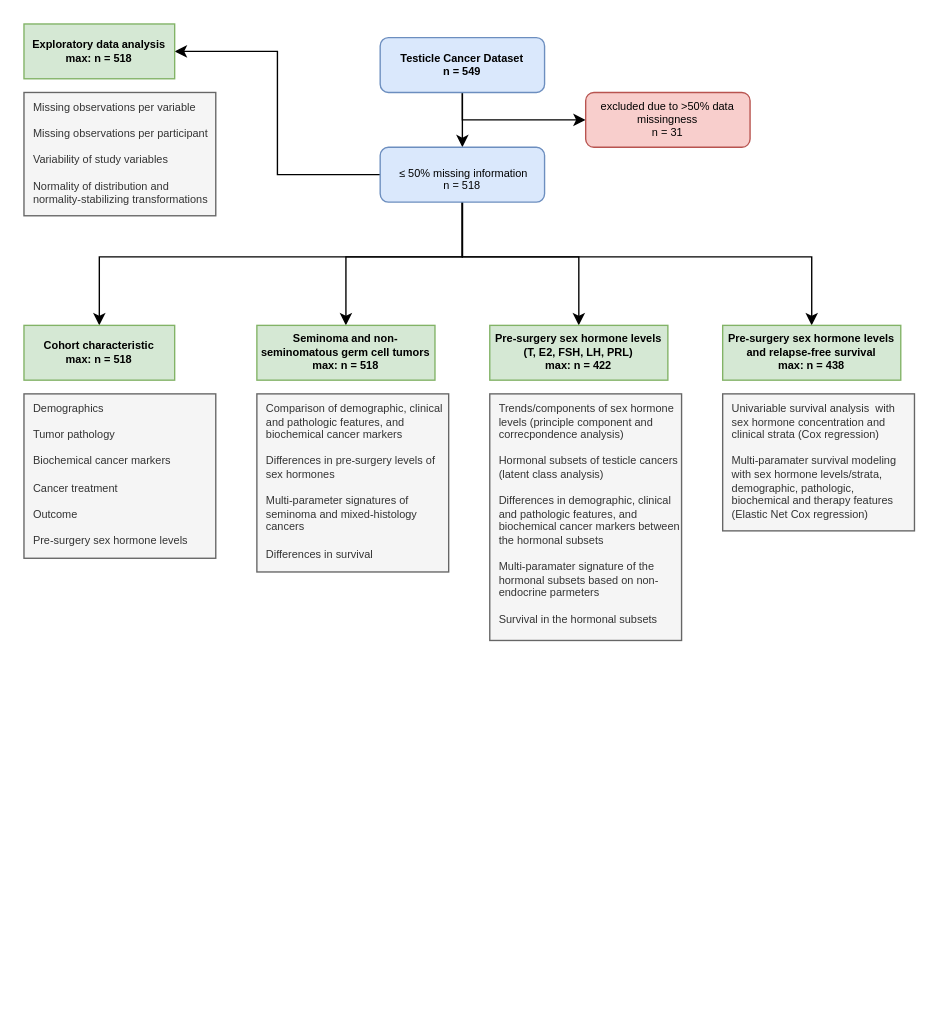
Before: schemes/inclusion.drawio in PiotrTymoszuk/TesCa_hormones, a draw.io diagram. Source tidied: cells renumbered, new cells numbered last; positions are measured from the earlier drawing's top-left corner, leaving out a move shared by most shapes. Both pictures are drawn from the tidied source at 137%, with x=0, y=0 at pixel (23, 23).
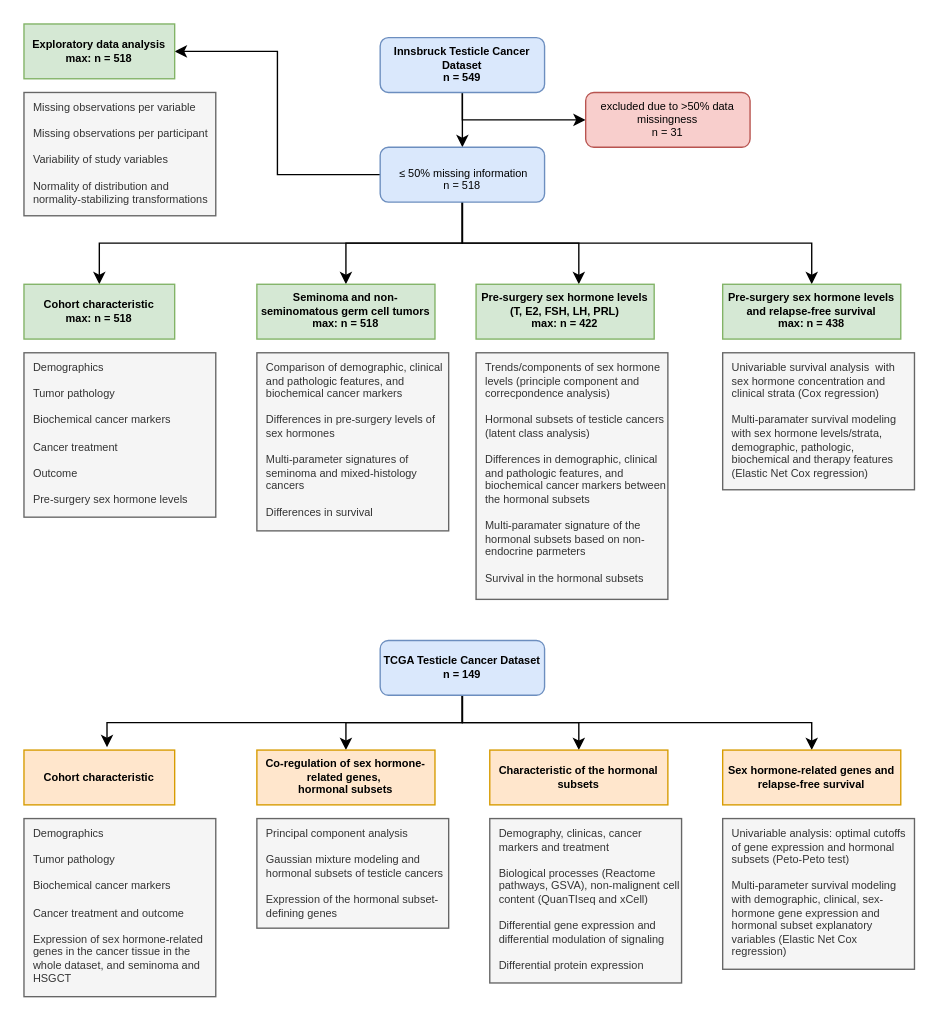
Above is the later version.

The change refers to these unchanged cells:
```xml
<mxCell id="10" value="&lt;p style=&quot;margin-bottom: 0in; line-height: 100%&quot;&gt;&amp;nbsp;≤ 50% missing information&lt;/p&gt;n = 518" style="rounded=1;whiteSpace=wrap;html=1;fontSize=8;fillColor=#dae8fc;strokeColor=#6c8ebf;" parent="1" vertex="1">
  <mxGeometry x="260" y="90" width="120" height="40" as="geometry" />
</mxCell>
<mxCell id="16" value="Cohort characteristic&lt;br style=&quot;font-size: 8px;&quot;&gt;max: n = 518" style="rounded=0;whiteSpace=wrap;html=1;fontStyle=1;fontSize=8;fillColor=#d5e8d4;strokeColor=#82b366;" parent="15" vertex="1">
  <mxGeometry width="110" height="40" as="geometry" />
</mxCell>
<mxCell id="19" value="Seminoma and&amp;nbsp;non-seminomatous germ cell tumors&lt;br&gt;max: n = 518" style="rounded=0;whiteSpace=wrap;html=1;fontStyle=1;fontSize=8;fillColor=#d5e8d4;strokeColor=#82b366;" parent="18" vertex="1">
  <mxGeometry width="130" height="40" as="geometry" />
</mxCell>
<mxCell id="22" value="Pre-surgery sex hormone levels&lt;br&gt;(T, E2, FSH, LH, PRL)&lt;br&gt;max: n = 422" style="rounded=0;whiteSpace=wrap;html=1;fontStyle=1;fontSize=8;fillColor=#d5e8d4;strokeColor=#82b366;" parent="21" vertex="1">
  <mxGeometry y="50" width="130" height="40" as="geometry" />
</mxCell>
<mxCell id="25" value="Pre-surgery sex hormone levels and relapse-free survival&lt;br&gt;max: n = 438" style="rounded=0;whiteSpace=wrap;html=1;fontStyle=1;fontSize=8;fillColor=#d5e8d4;strokeColor=#82b366;" parent="24" vertex="1">
  <mxGeometry width="130" height="40" as="geometry" />
</mxCell>
```

Diff of the diagram source:
```diff
@@
-    <mxCell id="4" value="Testicle Cancer Dataset&lt;br style=&quot;font-size: 8px;&quot;&gt;n = 549" style="rounded=1;whiteSpace=wrap;html=1;fontStyle=1;fontSize=8;fillColor=#dae8fc;strokeColor=#6c8ebf;" parent="1" vertex="1">
+    <mxCell id="4" value="Innsbruck Testicle Cancer Dataset&lt;br style=&quot;font-size: 8px;&quot;&gt;n = 549" style="rounded=1;whiteSpace=wrap;html=1;fontStyle=1;fontSize=8;fillColor=#dae8fc;strokeColor=#6c8ebf;" parent="1" vertex="1">
       <mxGeometry x="260" y="10" width="120" height="40" as="geometry" />
     </mxCell>
     <mxCell id="5" style="edgeStyle=orthogonalEdgeStyle;rounded=0;jettySize=auto;html=1;exitX=0.5;exitY=1;exitDx=0;exitDy=0;entryX=0.5;entryY=0;entryDx=0;entryDy=0;fontSize=8;" parent="1" edge="1" source="10" target="19">
       <mxGeometry relative="1" as="geometry">
         <Array as="points">
-          <mxPoint x="320" y="170" />
-          <mxPoint x="235" y="170" />
+          <mxPoint x="320" y="160" />
+          <mxPoint x="235" y="160" />
         </Array>
       </mxGeometry>
     </mxCell>
     <mxCell id="6" style="edgeStyle=orthogonalEdgeStyle;rounded=0;jettySize=auto;html=1;fontSize=8;" parent="1" edge="1" source="10" target="22">
       <mxGeometry relative="1" as="geometry">
         <Array as="points">
-          <mxPoint x="320" y="170" />
-          <mxPoint x="405" y="170" />
+          <mxPoint x="320" y="160" />
+          <mxPoint x="405" y="160" />
         </Array>
       </mxGeometry>
     </mxCell>
     <mxCell id="7" style="edgeStyle=orthogonalEdgeStyle;rounded=0;jettySize=auto;html=1;fontSize=8;" parent="1" edge="1" source="10" target="25">
       <mxGeometry relative="1" as="geometry">
         <Array as="points">
-          <mxPoint x="320" y="170" />
-          <mxPoint x="575" y="170" />
+          <mxPoint x="320" y="160" />
+          <mxPoint x="575" y="160" />
         </Array>
       </mxGeometry>
     </mxCell>
     <mxCell id="8" style="edgeStyle=orthogonalEdgeStyle;rounded=0;jettySize=auto;html=1;fontSize=8;" parent="1" edge="1" source="10" target="16">
       <mxGeometry relative="1" as="geometry">
         <Array as="points">
-          <mxPoint x="320" y="170" />
-          <mxPoint x="55" y="170" />
+          <mxPoint x="320" y="160" />
+          <mxPoint x="55" y="160" />
         </Array>
       </mxGeometry>
     </mxCell>
@@
     <mxCell id="15" style="group;" parent="1" vertex="1">
-      <mxGeometry y="220" width="140" height="170" as="geometry" />
+      <mxGeometry y="190" width="140" height="170" as="geometry" />
     </mxCell>
@@
     <mxCell id="18" style="group;" parent="1" vertex="1">
-      <mxGeometry x="170" y="220" width="140" height="180" as="geometry" />
+      <mxGeometry x="170" y="190" width="140" height="180" as="geometry" />
     </mxCell>
@@
     <mxCell id="21" style="group;" parent="1" vertex="1">
-      <mxGeometry x="340" y="170" width="140" height="280" as="geometry" />
+      <mxGeometry x="330" y="140" width="140" height="280" as="geometry" />
     </mxCell>
@@
     <mxCell id="24" style="group;" parent="1" vertex="1">
-      <mxGeometry x="510" y="220" width="140" height="180" as="geometry" />
+      <mxGeometry x="510" y="190" width="140" height="180" as="geometry" />
     </mxCell>
@@
+    <mxCell id="27" style="edgeStyle=orthogonalEdgeStyle;rounded=0;jettySize=auto;html=1;exitX=0.5;exitY=1;exitDx=0;exitDy=0;entryX=0.551;entryY=-0.051;entryDx=0;entryDy=0;entryPerimeter=0;" parent="1" edge="1" source="31" target="33">
+      <mxGeometry relative="1" as="geometry" />
+    </mxCell>
+    <mxCell id="28" style="edgeStyle=orthogonalEdgeStyle;rounded=0;jettySize=auto;html=1;entryX=0.5;entryY=0;entryDx=0;entryDy=0;" parent="1" edge="1" source="31" target="42">
+      <mxGeometry relative="1" as="geometry">
+        <Array as="points">
+          <mxPoint x="320" y="510" />
+          <mxPoint x="575" y="510" />
+        </Array>
+      </mxGeometry>
+    </mxCell>
+    <mxCell id="29" style="edgeStyle=orthogonalEdgeStyle;rounded=0;jettySize=auto;html=1;entryX=0.5;entryY=0;entryDx=0;entryDy=0;" parent="1" edge="1" source="31" target="36">
+      <mxGeometry relative="1" as="geometry" />
+    </mxCell>
+    <mxCell id="30" style="edgeStyle=orthogonalEdgeStyle;rounded=0;jettySize=auto;html=1;exitX=0.5;exitY=1;exitDx=0;exitDy=0;" parent="1" edge="1" source="31" target="39">
+      <mxGeometry relative="1" as="geometry" />
+    </mxCell>
+    <mxCell id="31" value="TCGA Testicle Cancer Dataset&lt;br style=&quot;font-size: 8px;&quot;&gt;n = 149" style="rounded=1;whiteSpace=wrap;html=1;fontStyle=1;fontSize=8;fillColor=#dae8fc;strokeColor=#6c8ebf;" parent="1" vertex="1">
+      <mxGeometry x="260" y="450" width="120" height="40" as="geometry" />
+    </mxCell>
+    <mxCell id="32" style="group;" parent="1" vertex="1">
+      <mxGeometry y="530" width="140" height="180" as="geometry" />
+    </mxCell>
+    <mxCell id="33" value="Cohort characteristic" style="rounded=0;whiteSpace=wrap;html=1;fontStyle=1;fontSize=8;fillColor=#ffe6cc;strokeColor=#d79b00;" parent="32" vertex="1">
+      <mxGeometry width="110" height="40" as="geometry" />
+    </mxCell>
+    <mxCell id="34" value="Demographics&lt;br&gt;&lt;br style=&quot;font-size: 8px;&quot;&gt;Tumor pathology&lt;br&gt;&lt;br style=&quot;font-size: 8px;&quot;&gt;Biochemical cancer markers&lt;br&gt;&lt;br style=&quot;font-size: 8px;&quot;&gt;Cancer treatment and outcome&lt;br&gt;&lt;br style=&quot;font-size: 8px;&quot;&gt;Expression of sex hormone-related genes in the cancer tissue in the whole dataset, and seminoma and HSGCT" style="rounded=0;whiteSpace=wrap;html=1;align=left;spacingLeft=5;verticalAlign=top;fontSize=8;fillColor=#f5f5f5;fontColor=#333333;strokeColor=#666666;" parent="32" vertex="1">
+      <mxGeometry y="50" width="140" height="130" as="geometry" />
+    </mxCell>
+    <mxCell id="35" style="group;" parent="1" vertex="1">
+      <mxGeometry x="170" y="530" width="140" height="170" as="geometry" />
+    </mxCell>
+    <mxCell id="36" value="Co-regulation of sex hormone-related genes,&amp;nbsp;&lt;br&gt;hormonal subsets" style="rounded=0;whiteSpace=wrap;html=1;fontStyle=1;fontSize=8;fillColor=#ffe6cc;strokeColor=#d79b00;" parent="35" vertex="1">
+      <mxGeometry width="130" height="40" as="geometry" />
+    </mxCell>
+    <mxCell id="37" value="Principal component analysis&lt;br&gt;&lt;br&gt;Gaussian mixture modeling and hormonal subsets of testicle cancers&lt;br&gt;&lt;br&gt;Expression of the hormonal subset-defining genes" style="rounded=0;whiteSpace=wrap;html=1;align=left;spacingLeft=5;verticalAlign=top;fontSize=8;fillColor=#f5f5f5;fontColor=#333333;strokeColor=#666666;" parent="35" vertex="1">
+      <mxGeometry y="50" width="140" height="80" as="geometry" />
+    </mxCell>
+    <mxCell id="38" style="group;" parent="1" vertex="1">
+      <mxGeometry x="340" y="530" width="140" height="170" as="geometry" />
+    </mxCell>
+    <mxCell id="39" value="Characteristic of the hormonal subsets" style="rounded=0;whiteSpace=wrap;html=1;fontStyle=1;fontSize=8;fillColor=#ffe6cc;strokeColor=#d79b00;" parent="38" vertex="1">
+      <mxGeometry width="130" height="40" as="geometry" />
+    </mxCell>
+    <mxCell id="40" value="Demography, clinicas, cancer markers and treatment&lt;br&gt;&lt;br&gt;Biological processes (Reactome pathways, GSVA), non-malignent cell content (QuanTIseq and xCell)&lt;br&gt;&lt;br&gt;Differential gene expression and differential modulation of signaling&lt;br&gt;&lt;br&gt;Differential protein expression" style="rounded=0;whiteSpace=wrap;html=1;align=left;spacingLeft=5;verticalAlign=top;fontSize=8;fillColor=#f5f5f5;fontColor=#333333;strokeColor=#666666;" parent="38" vertex="1">
+      <mxGeometry y="50" width="140" height="120" as="geometry" />
+    </mxCell>
+    <mxCell id="41" style="group;" parent="1" vertex="1">
+      <mxGeometry x="510" y="530" width="140" height="170" as="geometry" />
+    </mxCell>
+    <mxCell id="42" value="Sex hormone-related genes and relapse-free survival" style="rounded=0;whiteSpace=wrap;html=1;fontStyle=1;fontSize=8;fillColor=#ffe6cc;strokeColor=#d79b00;" parent="41" vertex="1">
+      <mxGeometry width="130" height="40" as="geometry" />
+    </mxCell>
+    <mxCell id="43" value="Univariable analysis: optimal cutoffs of gene expression and hormonal subsets (Peto-Peto test)&lt;br&gt;&lt;br&gt;Multi-parameter survival modeling with demographic, clinical, sex-hormone gene expression and hormonal subset explanatory variables (Elastic Net Cox regression)" style="rounded=0;whiteSpace=wrap;html=1;align=left;spacingLeft=5;verticalAlign=top;fontSize=8;fillColor=#f5f5f5;fontColor=#333333;strokeColor=#666666;" parent="41" vertex="1">
+      <mxGeometry y="50" width="140" height="110" as="geometry" />
+    </mxCell>
```
